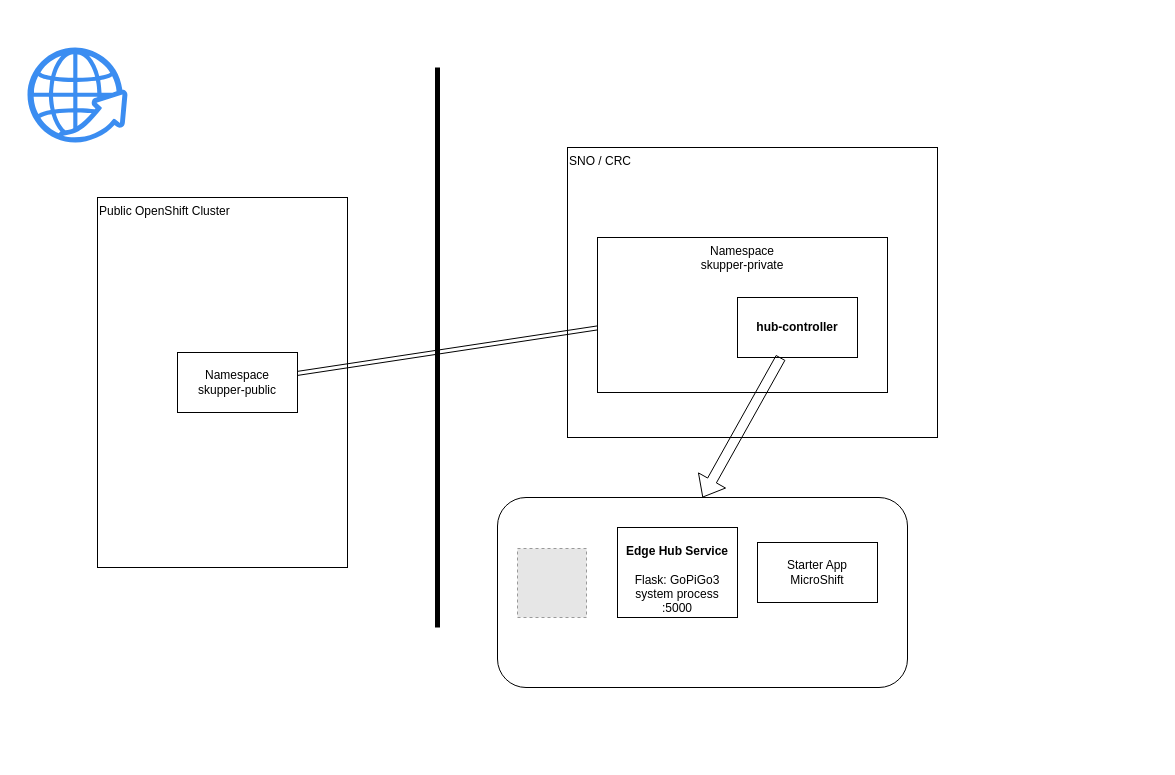
cloud-native-robotz-hackathon/devel-bucket keeps this draw.io diagram as overview.drawio. Above is the earlier version. Source tidied: cells renumbered, new cells numbered last; positions are measured from the earlier drawing's top-left corner, leaving out a move shared by most shapes. Both pictures are drawn from the tidied source at 100%, with x=0, y=0 at pixel (27, 47). Pictures stored in the file or linked from it are replaced by grey dashed boxes.
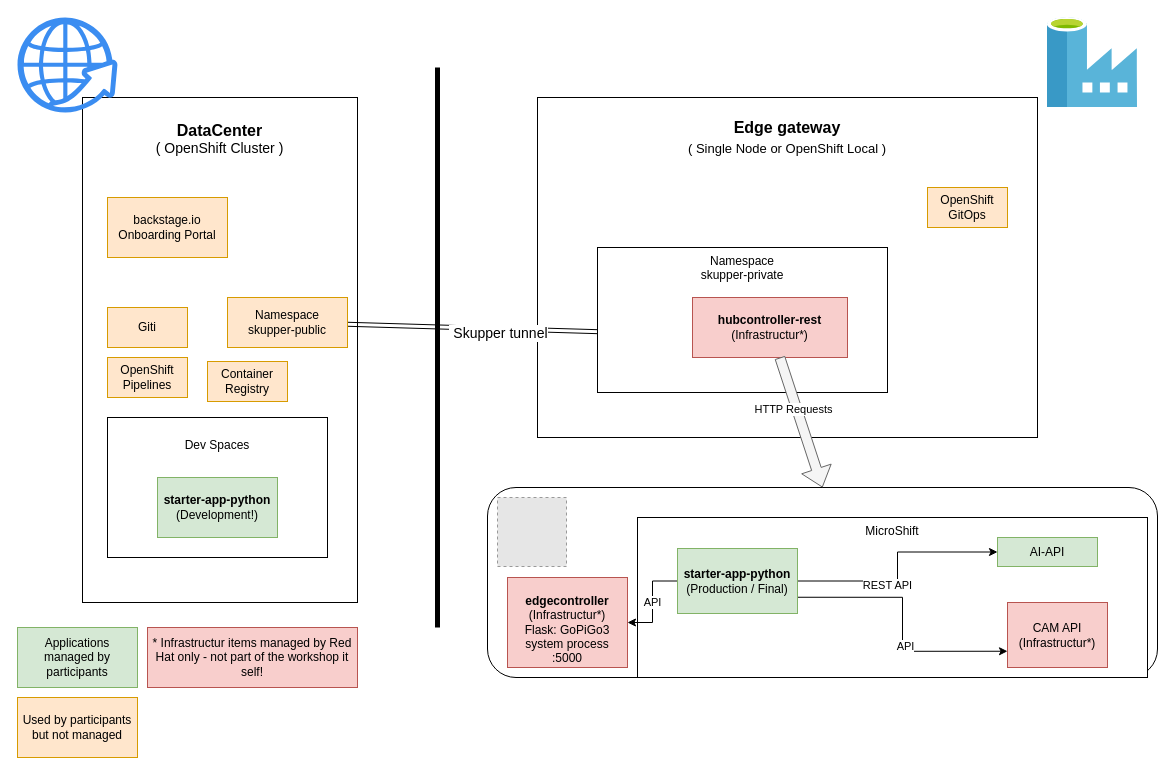
After the change.

Unchanged cells that the change refers to:
```xml
<mxCell id="6" style="shape=link;html=1;rounded=0;entryX=0.008;entryY=0.581;entryDx=0;entryDy=0;entryPerimeter=0;" parent="1" edge="1" source="7" target="8">
  <mxGeometry relative="1" as="geometry" />
</mxCell>
```

Diff of the diagram source:
```diff
@@
-    <mxCell id="2" value="Public OpenShift Cluster" style="rounded=0;whiteSpace=wrap;html=1;align=left;verticalAlign=top;" parent="1" vertex="1">
-      <mxGeometry x="70" y="150" width="250" height="370" as="geometry" />
+    <mxCell id="2" value="&lt;div align=&quot;center&quot;&gt;&lt;font style=&quot;font-size: 14px;&quot;&gt;&lt;b&gt;&lt;br&gt;&lt;/b&gt;&lt;/font&gt;&lt;/div&gt;&lt;div style=&quot;font-size: 16px;&quot; align=&quot;center&quot;&gt;&lt;font style=&quot;font-size: 16px;&quot;&gt;&lt;b&gt;DataCenter&lt;/b&gt;&lt;/font&gt;&lt;/div&gt;&lt;div style=&quot;font-size: 14px;&quot; align=&quot;center&quot;&gt;&lt;font style=&quot;font-size: 14px;&quot;&gt;&lt;span style=&quot;&quot;&gt;( OpenShift Cluster )&lt;/span&gt;&lt;font style=&quot;font-size: 14px;&quot;&gt;&lt;br&gt;&lt;/font&gt;&lt;/font&gt;&lt;/div&gt;" style="rounded=0;whiteSpace=wrap;html=1;align=center;verticalAlign=top;" parent="1" vertex="1">
+      <mxGeometry x="55" y="50" width="275" height="505" as="geometry" />
     </mxCell>
     <mxCell id="3" style="sketch=0;html=1;strokeColor=none;shadow=0;fillColor=#3B8DF1;verticalAlign=top;labelPosition=center;verticalLabelPosition=bottom;shape=mxgraph.gcp2.globe_world;" parent="1" vertex="1">
-      <mxGeometry width="100" height="95" as="geometry" />
+      <mxGeometry x="-10" y="-30" width="100" height="95" as="geometry" />
     </mxCell>
@@
-    <mxCell id="5" value="SNO / CRC" style="rounded=0;whiteSpace=wrap;html=1;verticalAlign=top;align=left;" parent="1" vertex="1">
-      <mxGeometry x="540" y="100" width="370" height="290" as="geometry" />
+    <mxCell id="5" value="&lt;div align=&quot;center&quot;&gt;&lt;b&gt;&lt;br&gt;&lt;/b&gt;&lt;/div&gt;&lt;div style=&quot;font-size: 16px;&quot; align=&quot;center&quot;&gt;&lt;b&gt;Edge gateway&lt;/b&gt;&lt;br&gt;&lt;font style=&quot;font-size: 13px;&quot;&gt;( Single Node or OpenShift Local )&lt;/font&gt;&lt;br&gt;&lt;/div&gt;" style="rounded=0;whiteSpace=wrap;html=1;verticalAlign=top;align=center;" parent="1" vertex="1">
+      <mxGeometry x="510" y="50" width="500" height="340" as="geometry" />
     </mxCell>
@@
+    <mxCell id="15" value="&amp;nbsp;Skupper tunnel " style="edgeLabel;html=1;align=center;verticalAlign=middle;fontSize=14;" parent="6" vertex="1">
+      <mxGeometry x="0.2" y="-4" relative="1" as="geometry" />
+    </mxCell>
-    <mxCell id="7" value="Namespace&lt;br&gt;skupper-public" style="rounded=0;whiteSpace=wrap;html=1;" parent="1" vertex="1">
-      <mxGeometry x="150" y="305" width="120" height="60" as="geometry" />
+    <mxCell id="7" value="Namespace&lt;br&gt;skupper-public" style="rounded=0;whiteSpace=wrap;html=1;fillColor=#ffe6cc;strokeColor=#d79b00;" parent="1" vertex="1">
+      <mxGeometry x="200" y="250" width="120" height="50" as="geometry" />
     </mxCell>
     <mxCell id="8" value="Namespace&lt;br&gt;skupper-private" style="rounded=0;whiteSpace=wrap;html=1;align=center;verticalAlign=top;" parent="1" vertex="1">
-      <mxGeometry x="570" y="190" width="290" height="155" as="geometry" />
+      <mxGeometry x="570" y="200" width="290" height="145" as="geometry" />
     </mxCell>
     <mxCell id="9" style="rounded=1;whiteSpace=wrap;html=1;" parent="1" vertex="1">
-      <mxGeometry x="470" y="450" width="410" height="190" as="geometry" />
+      <mxGeometry x="460" y="440" width="670" height="190" as="geometry" />
     </mxCell>
     <mxCell id="10" style="fillColor=#E6E6E6;strokeColor=#999999;dashed=1;html=1;verticalAlign=top;verticalLabelPosition=bottom;labelBackgroundColor=#ffffff;" parent="1" vertex="1">
-      <mxGeometry x="490" y="501" width="69" height="69" as="geometry" />
+      <mxGeometry x="470" y="450" width="69" height="69" as="geometry" />
     </mxCell>
-    <mxCell id="11" value="&lt;b&gt;hub-controller&lt;/b&gt;" style="rounded=0;whiteSpace=wrap;html=1;" parent="1" vertex="1">
-      <mxGeometry x="710" y="250" width="120" height="60" as="geometry" />
+    <mxCell id="11" value="&lt;b&gt;hubcontroller-rest&lt;/b&gt;&lt;br&gt;(Infrastructur*)" style="rounded=0;whiteSpace=wrap;html=1;fillColor=#f8cecc;strokeColor=#b85450;" parent="1" vertex="1">
+      <mxGeometry x="665" y="250" width="155" height="60" as="geometry" />
     </mxCell>
-    <mxCell id="12" value="&lt;div&gt;&lt;br&gt;&lt;/div&gt;&lt;div&gt;&lt;b&gt;Edge Hub Service&lt;/b&gt;&lt;br&gt;&lt;/div&gt;&lt;div&gt;&lt;br&gt;&lt;/div&gt;&lt;div&gt;Flask: GoPiGo3 &lt;br&gt;&lt;/div&gt;&lt;div&gt;system process&lt;/div&gt;&lt;div&gt;:5000&lt;br&gt;&lt;/div&gt;" style="rounded=0;whiteSpace=wrap;html=1;" parent="1" vertex="1">
-      <mxGeometry x="590" y="480" width="120" height="90" as="geometry" />
+    <mxCell id="12" value="&lt;div&gt;&lt;br&gt;&lt;/div&gt;&lt;div&gt;&lt;b&gt;edgecontroller&lt;/b&gt;&lt;br&gt;&lt;/div&gt;(Infrastructur*)&lt;div&gt;Flask: GoPiGo3 &lt;br&gt;&lt;/div&gt;&lt;div&gt;system process&lt;/div&gt;&lt;div&gt;:5000&lt;br&gt;&lt;/div&gt;" style="rounded=0;whiteSpace=wrap;html=1;fillColor=#f8cecc;strokeColor=#b85450;" parent="1" vertex="1">
+      <mxGeometry x="480" y="530" width="120" height="90" as="geometry" />
     </mxCell>
+    <mxCell id="14" style="shape=flexArrow;endArrow=classic;html=1;rounded=0;entryX=0.5;entryY=0;entryDx=0;entryDy=0;fillColor=#f5f5f5;strokeColor=#666666;" parent="1" edge="1" source="11" target="9">
+      <mxGeometry relative="1" as="geometry" />
+    </mxCell>
+    <mxCell id="16" value="HTTP Requests" style="edgeLabel;html=1;align=center;verticalAlign=middle;" parent="14" vertex="1">
+      <mxGeometry x="-0.23" y="-4" relative="1" as="geometry" />
+    </mxCell>
+    <mxCell id="17" value="MicroShift" style="rounded=0;whiteSpace=wrap;html=1;verticalAlign=top;" parent="1" vertex="1">
+      <mxGeometry x="610" y="470" width="510" height="160" as="geometry" />
+    </mxCell>
+    <mxCell id="18" style="edgeStyle=orthogonalEdgeStyle;rounded=0;jettySize=auto;html=1;exitX=1;exitY=0.5;exitDx=0;exitDy=0;" parent="1" edge="1" source="13" target="30">
+      <mxGeometry relative="1" as="geometry" />
+    </mxCell>
+    <mxCell id="19" value="REST API" style="edgeLabel;html=1;align=center;verticalAlign=middle;" parent="18" vertex="1">
+      <mxGeometry x="-0.22" y="-3" relative="1" as="geometry">
+        <mxPoint y="1" as="offset" />
+      </mxGeometry>
+    </mxCell>
+    <mxCell id="20" value="API" style="edgeStyle=orthogonalEdgeStyle;rounded=0;jettySize=auto;html=1;exitX=0;exitY=0.5;exitDx=0;exitDy=0;entryX=1;entryY=0.5;entryDx=0;entryDy=0;" parent="1" edge="1" source="13" target="12">
+      <mxGeometry relative="1" as="geometry" />
+    </mxCell>
+    <mxCell id="21" style="edgeStyle=orthogonalEdgeStyle;rounded=0;jettySize=auto;html=1;exitX=1;exitY=0.75;exitDx=0;exitDy=0;entryX=0;entryY=0.75;entryDx=0;entryDy=0;" parent="1" edge="1" source="13" target="31">
+      <mxGeometry relative="1" as="geometry" />
+    </mxCell>
+    <mxCell id="22" value="API" style="edgeLabel;html=1;align=center;verticalAlign=middle;" parent="21" vertex="1">
+      <mxGeometry x="0.17" y="2" relative="1" as="geometry" />
+    </mxCell>
-    <mxCell id="13" value="&lt;div&gt;Starter App&lt;/div&gt;&lt;div&gt;MicroShift&lt;br&gt;&lt;/div&gt;" style="rounded=0;whiteSpace=wrap;html=1;" parent="1" vertex="1">
-      <mxGeometry x="730" y="495" width="120" height="60" as="geometry" />
+    <mxCell id="13" value="&lt;div&gt;&lt;b&gt;starter-app-python&lt;/b&gt;&lt;/div&gt;&lt;div&gt;(Production / Final)&lt;br&gt;&lt;/div&gt;" style="rounded=0;whiteSpace=wrap;html=1;fillColor=#d5e8d4;strokeColor=#82b366;" parent="1" vertex="1">
+      <mxGeometry x="650" y="501" width="120" height="65" as="geometry" />
     </mxCell>
-    <mxCell id="14" style="shape=flexArrow;endArrow=classic;html=1;rounded=0;entryX=0.5;entryY=0;entryDx=0;entryDy=0;" parent="1" edge="1" source="11" target="9">
-      <mxGeometry relative="1" as="geometry" />
-    </mxCell>
+    <mxCell id="23" value="&lt;br&gt;Dev Spaces" style="rounded=0;whiteSpace=wrap;html=1;verticalAlign=top;" parent="1" vertex="1">
+      <mxGeometry x="80" y="370" width="220" height="140" as="geometry" />
+    </mxCell>
+    <mxCell id="24" value="&lt;div&gt;&lt;b&gt;starter-app-python&lt;/b&gt;&lt;/div&gt;(Development!)" style="rounded=0;whiteSpace=wrap;html=1;fillColor=#d5e8d4;strokeColor=#82b366;" parent="1" vertex="1">
+      <mxGeometry x="130" y="430" width="120" height="60" as="geometry" />
+    </mxCell>
+    <mxCell id="25" value="Giti" style="rounded=0;whiteSpace=wrap;html=1;fillColor=#ffe6cc;strokeColor=#d79b00;" parent="1" vertex="1">
+      <mxGeometry x="80" y="260" width="80" height="40" as="geometry" />
+    </mxCell>
+    <mxCell id="26" value="&lt;div&gt;OpenShift&lt;/div&gt;&lt;div&gt;Pipelines&lt;br&gt;&lt;/div&gt;" style="rounded=0;whiteSpace=wrap;html=1;fillColor=#ffe6cc;strokeColor=#d79b00;" parent="1" vertex="1">
+      <mxGeometry x="80" y="310" width="80" height="40" as="geometry" />
+    </mxCell>
+    <mxCell id="27" value="&lt;div&gt;OpenShift&lt;/div&gt;&lt;div&gt;GitOps&lt;br&gt;&lt;/div&gt;" style="rounded=0;whiteSpace=wrap;html=1;fillColor=#ffe6cc;strokeColor=#d79b00;" parent="1" vertex="1">
+      <mxGeometry x="900" y="140" width="80" height="40" as="geometry" />
+    </mxCell>
+    <mxCell id="28" value="&lt;div&gt;Container&lt;/div&gt;&lt;div&gt;Registry&lt;br&gt;&lt;/div&gt;" style="rounded=0;whiteSpace=wrap;html=1;fillColor=#ffe6cc;strokeColor=#d79b00;" parent="1" vertex="1">
+      <mxGeometry x="180" y="314" width="80" height="40" as="geometry" />
+    </mxCell>
+    <mxCell id="29" style="image;sketch=0;html=1;align=center;fontSize=12;image=img/lib/mscae/Data_Factory.svg;" parent="1" vertex="1">
+      <mxGeometry x="1020" y="-30" width="90" height="90" as="geometry" />
+    </mxCell>
+    <mxCell id="30" value="AI-API" style="rounded=0;whiteSpace=wrap;html=1;fillColor=#d5e8d4;strokeColor=#82b366;" parent="1" vertex="1">
+      <mxGeometry x="970" y="490" width="100" height="29" as="geometry" />
+    </mxCell>
+    <mxCell id="31" value="&lt;div&gt;CAM API&lt;/div&gt;&lt;div&gt;(Infrastructur*)&lt;br&gt;&lt;/div&gt;" style="rounded=0;whiteSpace=wrap;html=1;fillColor=#f8cecc;strokeColor=#b85450;" parent="1" vertex="1">
+      <mxGeometry x="980" y="555" width="100" height="65" as="geometry" />
+    </mxCell>
+    <mxCell id="32" value="Applications managed by participants" style="rounded=0;whiteSpace=wrap;html=1;fillColor=#d5e8d4;strokeColor=#82b366;" parent="1" vertex="1">
+      <mxGeometry x="-10" y="580" width="120" height="60" as="geometry" />
+    </mxCell>
+    <mxCell id="33" value="* Infrastructur items managed by Red Hat only - not part of the workshop it self!" style="rounded=0;whiteSpace=wrap;html=1;fillColor=#f8cecc;strokeColor=#b85450;" parent="1" vertex="1">
+      <mxGeometry x="120" y="580" width="210" height="60" as="geometry" />
+    </mxCell>
+    <mxCell id="34" value="Used by participants but not managed" style="rounded=0;whiteSpace=wrap;html=1;fillColor=#ffe6cc;strokeColor=#d79b00;" parent="1" vertex="1">
+      <mxGeometry x="-10" y="650" width="120" height="60" as="geometry" />
+    </mxCell>
+    <mxCell id="35" value="&lt;div&gt;backstage.io&lt;/div&gt;&lt;div&gt;Onboarding Portal&lt;br&gt;&lt;/div&gt;" style="rounded=0;whiteSpace=wrap;html=1;fillColor=#ffe6cc;strokeColor=#d79b00;" parent="1" vertex="1">
+      <mxGeometry x="80" y="150" width="120" height="60" as="geometry" />
+    </mxCell>
```
